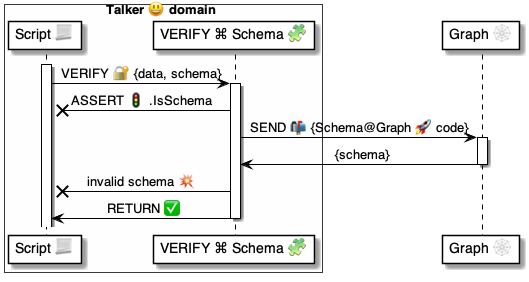
This is 4 ⚙️ Solution/37 Scripts 📃/📃 Commands ⌘/⌘ for messages 📨/VERIFY 🔐/VERIFY Schema 🧩/🔐 VERIFY Schema ⚙️ uml.png from pollyweb-org/pollyweb-docs, a PlantUML export, as it was before one commit. Its source is kept beside it as 4 ⚙️ Solution/37 Scripts 📃/📃 Commands ⌘/⌘ for messages 📨/VERIFY 🔐/VERIFY Schema 🧩/🔐 VERIFY Schema ⚙️ uml.puml.
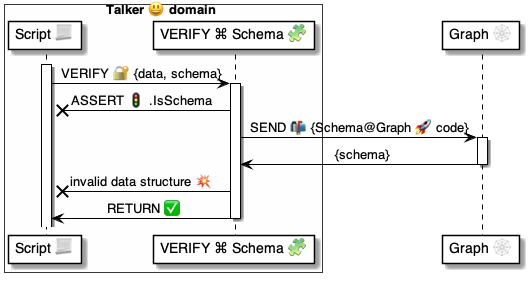
Later version of the same file.

The edit, as a diff of the source:
```diff
@@ -19,7 +19,7 @@
         graph -> verify: {schema}
     deactivate graph
 
-    verify -x script: invalid schema 💥
+    verify -x script: invalid data structure 💥
 
     verify -> script: RETURN ✅
 
```
